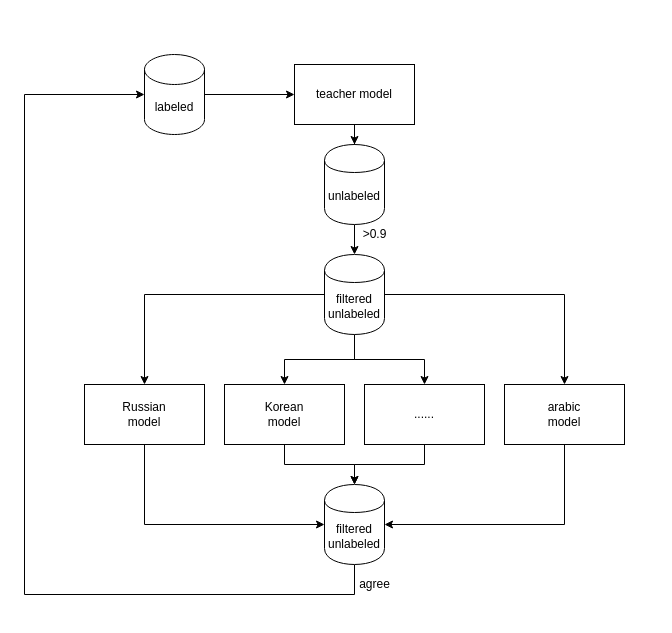
The draw.io diagram arch.drawio in fpcsong/diagram, before the edit. Source tidied: cells renumbered, new cells numbered last; positions are measured from the earlier drawing's top-left corner, leaving out a move shared by most shapes. Both pictures are drawn from the tidied source at 100%, with x=0, y=0 at pixel (24, 54).
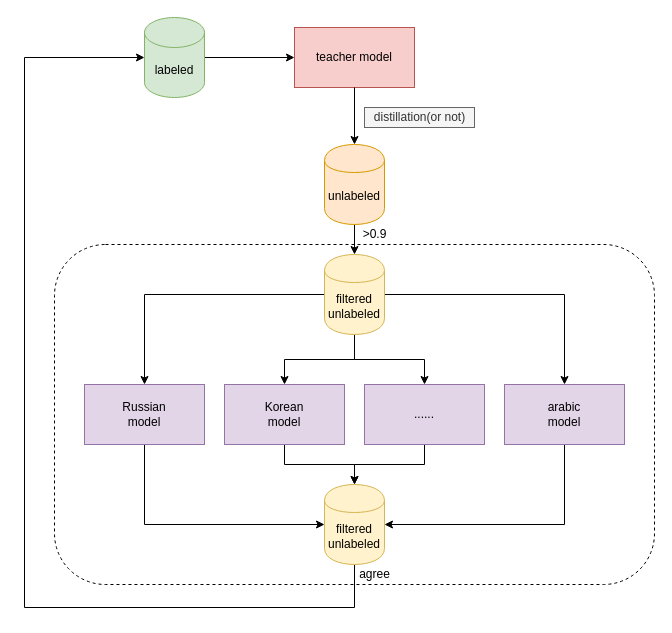
After the change.

What changed in the source:
```diff
@@
+    <mxCell id="25" style="rounded=1;whiteSpace=wrap;html=1;glass=0;sketch=0;dashed=1;" parent="1" vertex="1">
+      <mxGeometry x="30" y="190" width="600" height="340" as="geometry" />
+    </mxCell>
@@
-    <mxCell id="3" value="teacher model" style="rounded=0;whiteSpace=wrap;html=1;" parent="1" vertex="1">
-      <mxGeometry x="270" y="10" width="120" height="60" as="geometry" />
+    <mxCell id="3" value="teacher model" style="rounded=0;whiteSpace=wrap;html=1;fillColor=#f8cecc;strokeColor=#b85450;" parent="1" vertex="1">
+      <mxGeometry x="270" y="-27" width="120" height="60" as="geometry" />
     </mxCell>
@@
-    <mxCell id="5" value="labeled" style="shape=cylinder3;whiteSpace=wrap;html=1;boundedLbl=1;backgroundOutline=1;size=15;" parent="1" vertex="1">
-      <mxGeometry x="120" width="60" height="80" as="geometry" />
+    <mxCell id="5" value="labeled" style="shape=cylinder3;whiteSpace=wrap;html=1;boundedLbl=1;backgroundOutline=1;size=15;fillColor=#d5e8d4;strokeColor=#82b366;" parent="1" vertex="1">
+      <mxGeometry x="120" y="-37" width="60" height="80" as="geometry" />
     </mxCell>
@@
-    <mxCell id="10" value="filtered unlabeled" style="shape=cylinder;whiteSpace=wrap;html=1;boundedLbl=1;backgroundOutline=1;rounded=0;" parent="1" vertex="1">
+    <mxCell id="10" value="filtered unlabeled" style="shape=cylinder;whiteSpace=wrap;html=1;boundedLbl=1;backgroundOutline=1;rounded=0;fillColor=#fff2cc;strokeColor=#d6b656;" parent="1" vertex="1">
       <mxGeometry x="300" y="200" width="60" height="80" as="geometry" />
     </mxCell>
@@
-    <mxCell id="12" value="Russian&lt;br&gt;model" style="whiteSpace=wrap;html=1;rounded=0;" parent="1" vertex="1">
+    <mxCell id="12" value="Russian&lt;br&gt;model" style="whiteSpace=wrap;html=1;rounded=0;fillColor=#e1d5e7;strokeColor=#9673a6;" parent="1" vertex="1">
       <mxGeometry x="60" y="330" width="120" height="60" as="geometry" />
     </mxCell>
@@
-    <mxCell id="14" value="Korean&lt;br&gt;model" style="whiteSpace=wrap;html=1;rounded=0;" parent="1" vertex="1">
+    <mxCell id="14" value="Korean&lt;br&gt;model" style="whiteSpace=wrap;html=1;rounded=0;fillColor=#e1d5e7;strokeColor=#9673a6;" parent="1" vertex="1">
       <mxGeometry x="200" y="330" width="120" height="60" as="geometry" />
     </mxCell>
@@
-    <mxCell id="16" value="......" style="whiteSpace=wrap;html=1;rounded=0;" parent="1" vertex="1">
+    <mxCell id="16" value="......" style="whiteSpace=wrap;html=1;rounded=0;fillColor=#e1d5e7;strokeColor=#9673a6;" parent="1" vertex="1">
       <mxGeometry x="340" y="330" width="120" height="60" as="geometry" />
     </mxCell>
@@
-    <mxCell id="18" value="arabic&lt;br&gt;model" style="whiteSpace=wrap;html=1;rounded=0;" parent="1" vertex="1">
+    <mxCell id="18" value="arabic&lt;br&gt;model" style="whiteSpace=wrap;html=1;rounded=0;fillColor=#e1d5e7;strokeColor=#9673a6;" parent="1" vertex="1">
       <mxGeometry x="480" y="330" width="120" height="60" as="geometry" />
     </mxCell>
-    <mxCell id="19" value="unlabeled&lt;br&gt;" style="shape=cylinder;whiteSpace=wrap;html=1;boundedLbl=1;backgroundOutline=1;rounded=0;" parent="1" vertex="1">
+    <mxCell id="19" value="unlabeled&lt;br&gt;" style="shape=cylinder;whiteSpace=wrap;html=1;boundedLbl=1;backgroundOutline=1;rounded=0;fillColor=#ffe6cc;strokeColor=#d79b00;" parent="1" vertex="1">
       <mxGeometry x="300" y="90" width="60" height="80" as="geometry" />
     </mxCell>
-    <mxCell id="20" style="edgeStyle=orthogonalEdgeStyle;rounded=0;jettySize=auto;html=1;" parent="1" edge="1" source="3" target="19">
+    <mxCell id="20" style="edgeStyle=orthogonalEdgeStyle;rounded=0;jettySize=auto;html=1;exitX=0.5;exitY=1;exitDx=0;exitDy=0;" parent="1" edge="1" source="3" target="19">
       <mxGeometry relative="1" as="geometry" />
     </mxCell>
     <mxCell id="21" style="edgeStyle=orthogonalEdgeStyle;rounded=0;jettySize=auto;html=1;entryX=0;entryY=0.5;entryDx=0;entryDy=0;entryPerimeter=0;" parent="1" edge="1" source="22" target="5">
       <mxGeometry relative="1" as="geometry">
         <Array as="points">
-          <mxPoint x="330" y="540" />
-          <mxPoint y="540" />
-          <mxPoint y="40" />
+          <mxPoint x="330" y="553" />
+          <mxPoint y="553" />
+          <mxPoint y="3" />
         </Array>
       </mxGeometry>
     </mxCell>
-    <mxCell id="22" value="filtered unlabeled" style="shape=cylinder;whiteSpace=wrap;html=1;boundedLbl=1;backgroundOutline=1;rounded=0;" parent="1" vertex="1">
+    <mxCell id="22" value="filtered unlabeled" style="shape=cylinder;whiteSpace=wrap;html=1;boundedLbl=1;backgroundOutline=1;rounded=0;fillColor=#fff2cc;strokeColor=#d6b656;" parent="1" vertex="1">
       <mxGeometry x="300" y="430" width="60" height="80" as="geometry" />
     </mxCell>
@@
     <mxCell id="24" value="agree" style="text;html=1;align=center;verticalAlign=middle;" parent="1" vertex="1">
-      <mxGeometry x="325" y="520" width="50" height="20" as="geometry" />
+      <mxGeometry x="325" y="510" width="50" height="20" as="geometry" />
     </mxCell>
+    <mxCell id="26" value="distillation(or not)" style="text;html=1;align=center;verticalAlign=middle;fillColor=#f5f5f5;strokeColor=#666666;fontColor=#333333;" parent="1" vertex="1">
+      <mxGeometry x="340" y="53" width="110" height="20" as="geometry" />
+    </mxCell>
```
